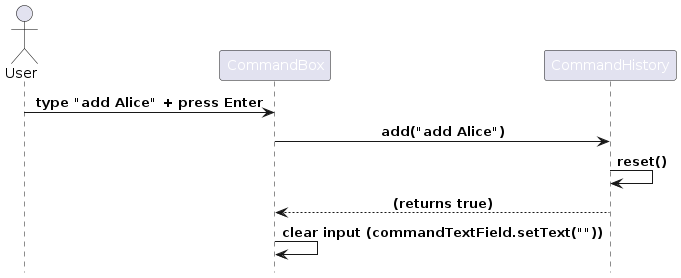
The PlantUML diagram diagrams/CommandHistorySequenceDiagram_Execute.png in x3zapper/tp, before a commit. Its source is kept beside it as diagrams/CommandHistorySequenceDiagram_Execute.puml.
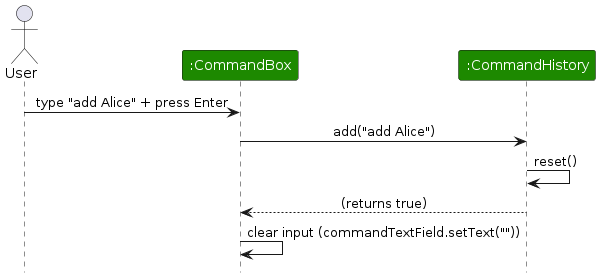
After the change.

The edit, as a diff of the source:
```diff
@@ -1,9 +1,11 @@
 @startuml
 !include style.puml
 
+skinparam ArrowFontStyle plain
+
 actor User
-participant "CommandBox" as CB
-participant "CommandHistory" as CH
+participant ":CommandBox" as CB UI_COLOR
+participant ":CommandHistory" as CH UI_COLOR
 
 User -> CB : type "add Alice" + press Enter
 CB -> CH : add("add Alice")
```
